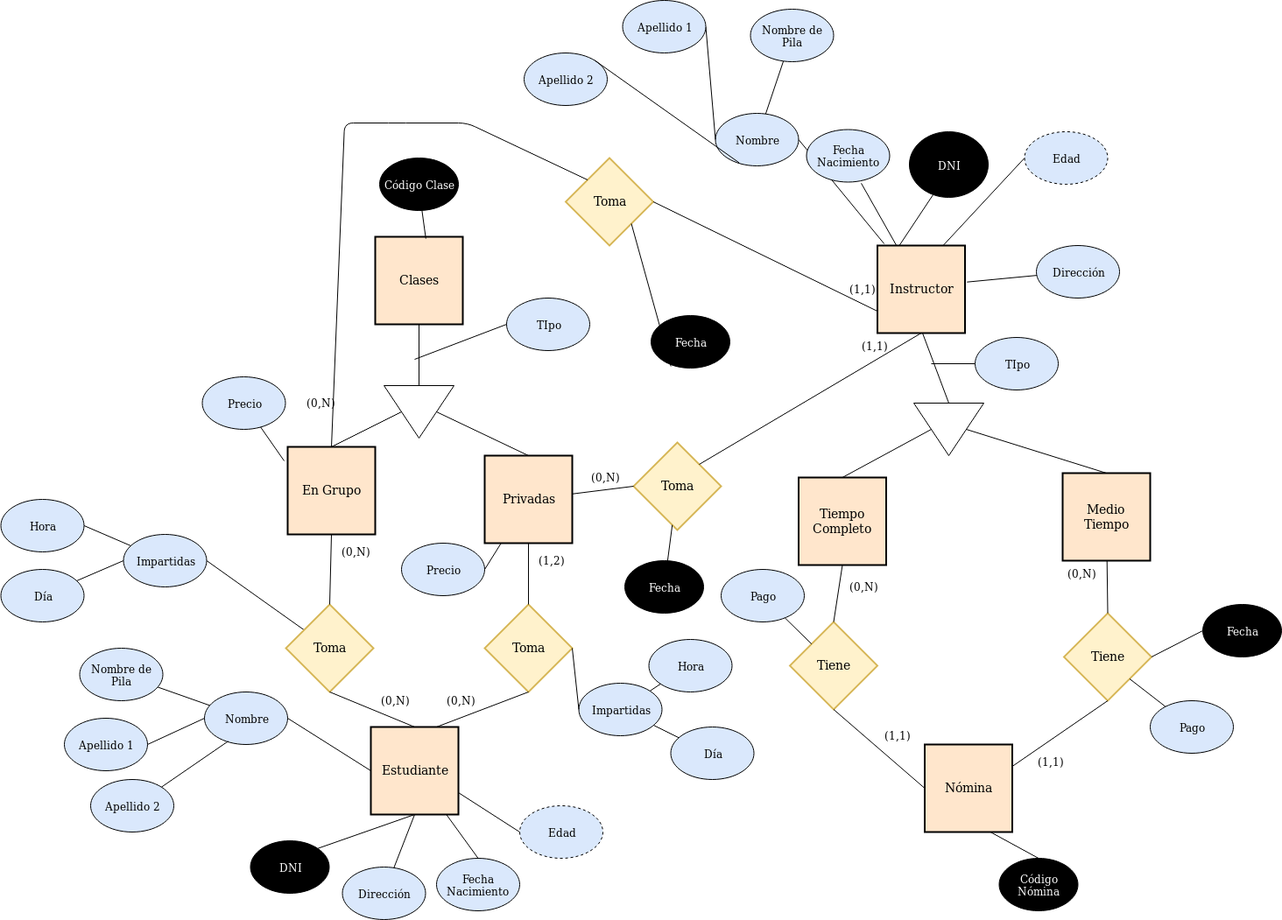
carolalvarezm/ADBD keeps this draw.io diagram as Práctica5/Club de baile.png. Above is the earlier version. Source tidied: cells renumbered, new cells last; positions are measured from the earlier drawing's top-left corner, leaving out a move shared by most shapes.
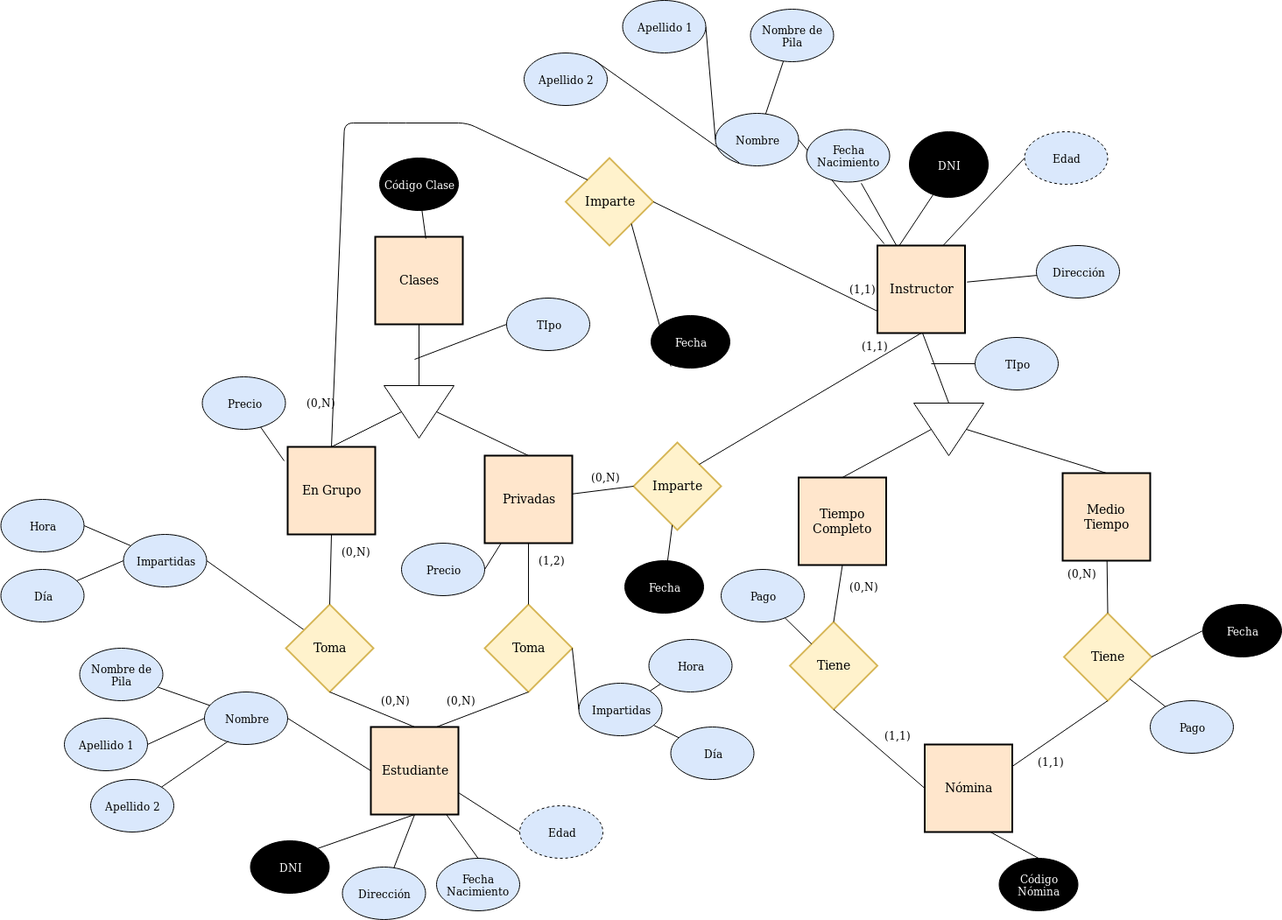
The same file after the commit.

Change to the diagram source:
```diff
@@ -255,10 +255,10 @@
     <mxCell id="82" value="&lt;font color=&quot;#ffffff&quot;&gt;Fecha&lt;/font&gt;" style="ellipse;whiteSpace=wrap;html=1;fillColor=#000000;" parent="1" vertex="1">
       <mxGeometry x="742" y="360" width="90" height="60" as="geometry" />
     </mxCell>
-    <mxCell id="83" value="Toma" style="shape=rhombus;strokeWidth=2;fontSize=17;perimeter=rhombusPerimeter;whiteSpace=wrap;html=1;align=center;fontSize=14;fillColor=#fff2cc;strokeColor=#d6b656;" parent="1" vertex="1">
+    <mxCell id="83" value="Imparte" style="shape=rhombus;strokeWidth=2;fontSize=17;perimeter=rhombusPerimeter;whiteSpace=wrap;html=1;align=center;fontSize=14;fillColor=#fff2cc;strokeColor=#d6b656;" parent="1" vertex="1">
       <mxGeometry x="644.5" y="180" width="100" height="100" as="geometry" />
     </mxCell>
-    <mxCell id="84" value="Toma" style="shape=rhombus;strokeWidth=2;fontSize=17;perimeter=rhombusPerimeter;whiteSpace=wrap;html=1;align=center;fontSize=14;fillColor=#fff2cc;strokeColor=#d6b656;" parent="1" vertex="1">
+    <mxCell id="84" value="Imparte" style="shape=rhombus;strokeWidth=2;fontSize=17;perimeter=rhombusPerimeter;whiteSpace=wrap;html=1;align=center;fontSize=14;fillColor=#fff2cc;strokeColor=#d6b656;" parent="1" vertex="1">
       <mxGeometry x="722" y="505" width="100" height="100" as="geometry" />
     </mxCell>
     <mxCell id="85" style="endArrow=none;html=1;entryX=1;entryY=0.5;entryDx=0;entryDy=0;exitX=0;exitY=0.75;exitDx=0;exitDy=0;" parent="1" edge="1" source="56" target="83">
```
